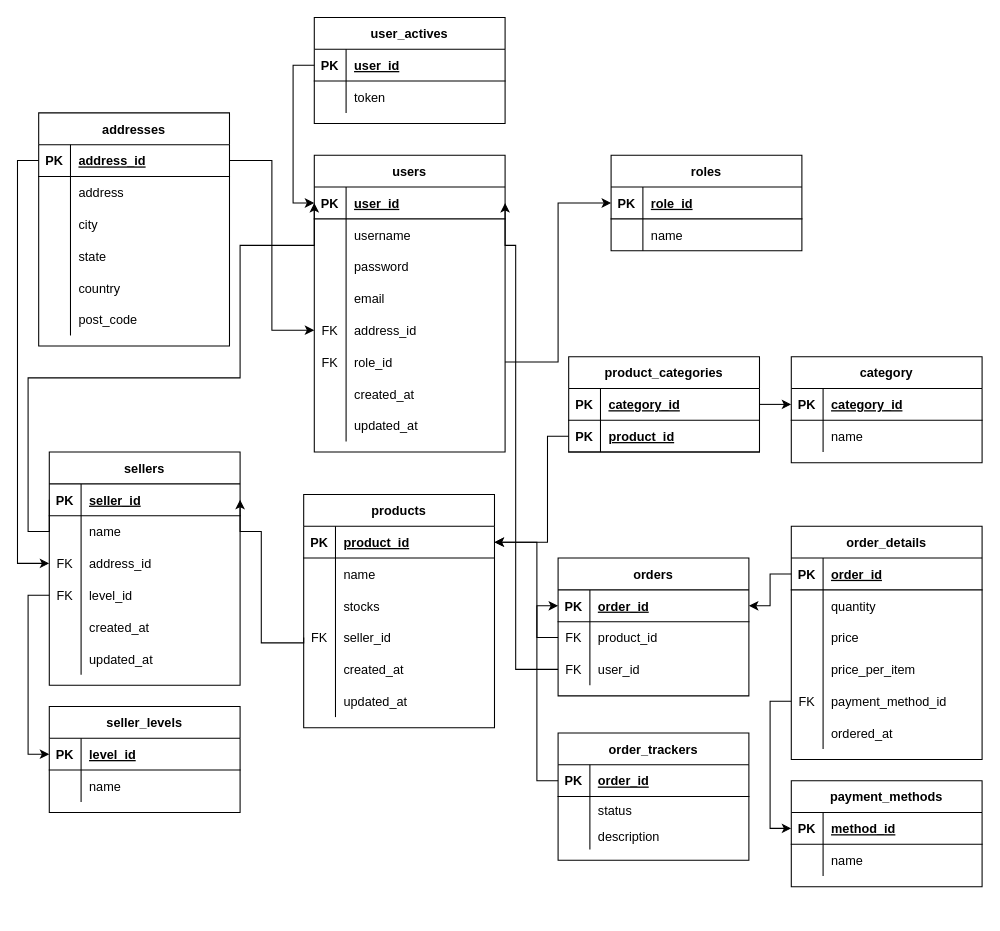
This is Database Design.drawio from bigbang-theory/saturnus, a draw.io file, before an edit. Source tidied: cells renumbered, new cells numbered last; positions are measured from the earlier drawing's top-left corner, leaving out a move shared by most shapes. Both pictures are drawn from the tidied source at 106%, with x=0, y=0 at pixel (28, 17).
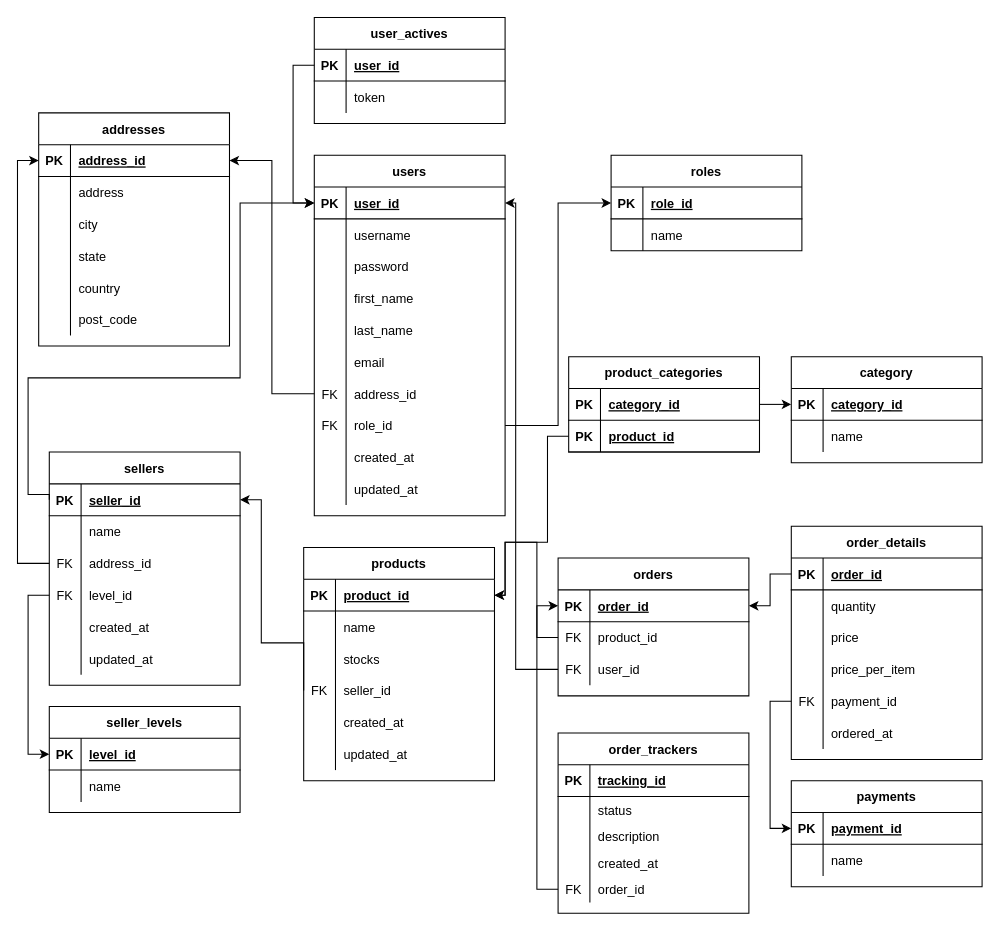
The same diagram, later.

Commit message:
Update Database Design

The change refers to these unchanged cells:
```xml
<mxCell id="10" style="shape=partialRectangle;fillColor=none;top=0;left=0;bottom=1;right=0;points=[[0,0.5],[1,0.5]];portConstraint=eastwest;" parent="9" vertex="1">
  <mxGeometry y="30" width="180" height="30" as="geometry" />
</mxCell>
<mxCell id="36" style="shape=partialRectangle;fillColor=none;top=0;left=0;bottom=1;right=0;points=[[0,0.5],[1,0.5]];portConstraint=eastwest;" parent="35" vertex="1">
  <mxGeometry y="30" width="180" height="30" as="geometry" />
</mxCell>
<mxCell id="42" style="shape=partialRectangle;fillColor=none;top=0;left=0;bottom=0;right=0;points=[[0,0.5],[1,0.5]];portConstraint=eastwest;" parent="35" vertex="1">
  <mxGeometry y="90" width="180" height="30" as="geometry" />
</mxCell>
<mxCell id="55" style="shape=partialRectangle;fillColor=none;top=0;left=0;bottom=1;right=0;points=[[0,0.5],[1,0.5]];portConstraint=eastwest;" parent="54" vertex="1">
  <mxGeometry y="30" width="180" height="30" as="geometry" />
</mxCell>
<mxCell id="84" style="shape=partialRectangle;fillColor=none;top=0;left=0;bottom=1;right=0;points=[[0,0.5],[1,0.5]];portConstraint=eastwest;" parent="83" vertex="1">
  <mxGeometry y="30" width="180" height="30" as="geometry" />
</mxCell>
<mxCell id="93" style="shape=partialRectangle;fillColor=none;top=0;left=0;bottom=0;right=0;points=[[0,0.5],[1,0.5]];portConstraint=eastwest;" parent="83" vertex="1">
  <mxGeometry y="120" width="180" height="30" as="geometry" />
</mxCell>
<mxCell id="113" style="shape=partialRectangle;fillColor=none;top=0;left=0;bottom=1;right=0;points=[[0,0.5],[1,0.5]];portConstraint=eastwest;" parent="109" vertex="1">
  <mxGeometry y="60" width="180" height="30" as="geometry" />
</mxCell>
<mxCell id="121" style="shape=partialRectangle;fillColor=none;top=0;left=0;bottom=1;right=0;points=[[0,0.5],[1,0.5]];portConstraint=eastwest;" parent="120" vertex="1">
  <mxGeometry y="30" width="180" height="30" as="geometry" />
</mxCell>
<mxCell id="124" style="shape=partialRectangle;fillColor=none;top=0;left=0;bottom=0;right=0;points=[[0,0.5],[1,0.5]];portConstraint=eastwest;" parent="120" vertex="1">
  <mxGeometry y="60" width="180" height="30" as="geometry" />
</mxCell>
<mxCell id="127" style="shape=partialRectangle;fillColor=none;top=0;left=0;bottom=0;right=0;points=[[0,0.5],[1,0.5]];portConstraint=eastwest;" parent="120" vertex="1">
  <mxGeometry y="90" width="180" height="30" as="geometry" />
</mxCell>
<mxCell id="145" style="shape=partialRectangle;fillColor=none;top=0;left=0;bottom=0;right=0;points=[[0,0.5],[1,0.5]];portConstraint=eastwest;" parent="132" vertex="1">
  <mxGeometry y="150" width="180" height="30" as="geometry" />
</mxCell>
<mxCell id="153" style="shape=partialRectangle;fillColor=none;top=0;left=0;bottom=1;right=0;points=[[0,0.5],[1,0.5]];portConstraint=eastwest;" parent="152" vertex="1">
  <mxGeometry y="30" width="180" height="30" as="geometry" />
</mxCell>
<mxCell id="169" style="shape=partialRectangle;fillColor=none;top=0;left=0;bottom=1;right=0;points=[[0,0.5],[1,0.5]];portConstraint=eastwest;" parent="168" vertex="1">
  <mxGeometry y="30" width="180" height="30" as="geometry" />
</mxCell>
```

The edit, as a diff of the source:
```diff
@@
     <mxCell id="9" value="users" style="shape=table;startSize=30;childLayout=tableLayout;rowLines=0;fontStyle=1;align=center;" parent="1" vertex="1">
-      <mxGeometry x="270" y="130" width="180" height="280" as="geometry" />
+      <mxGeometry x="270" y="130" width="180" height="340" as="geometry" />
     </mxCell>
@@
+    <mxCell id="179" style="shape=partialRectangle;fillColor=none;top=0;left=0;bottom=0;right=0;" parent="9" vertex="1">
+      <mxGeometry y="120" width="180" height="30" as="geometry" />
+    </mxCell>
+    <mxCell id="180" style="shape=partialRectangle;fillColor=none;top=0;left=0;bottom=0;right=0;overflow=hidden;" parent="179" vertex="1">
+      <mxGeometry width="30" height="30" as="geometry" />
+    </mxCell>
+    <mxCell id="181" value="first_name" style="shape=partialRectangle;fillColor=none;top=0;left=0;bottom=0;right=0;align=left;spacingLeft=6;overflow=hidden;" parent="179" vertex="1">
+      <mxGeometry x="30" width="150" height="30" as="geometry" />
+    </mxCell>
+    <mxCell id="182" style="shape=partialRectangle;fillColor=none;top=0;left=0;bottom=0;right=0;" parent="9" vertex="1">
+      <mxGeometry y="150" width="180" height="30" as="geometry" />
+    </mxCell>
+    <mxCell id="183" style="shape=partialRectangle;fillColor=none;top=0;left=0;bottom=0;right=0;overflow=hidden;" parent="182" vertex="1">
+      <mxGeometry width="30" height="30" as="geometry" />
+    </mxCell>
+    <mxCell id="184" value="last_name" style="shape=partialRectangle;fillColor=none;top=0;left=0;bottom=0;right=0;align=left;spacingLeft=6;overflow=hidden;" parent="182" vertex="1">
+      <mxGeometry x="30" width="150" height="30" as="geometry" />
+    </mxCell>
     <mxCell id="19" style="shape=partialRectangle;fillColor=none;top=0;left=0;bottom=0;right=0;" parent="9" vertex="1">
-      <mxGeometry y="120" width="180" height="30" as="geometry" />
+      <mxGeometry y="180" width="180" height="30" as="geometry" />
     </mxCell>
@@
     <mxCell id="22" style="shape=partialRectangle;fillColor=none;top=0;left=0;bottom=0;right=0;points=[[0,0.5],[1,0.5]];portConstraint=eastwest;" parent="9" vertex="1">
-      <mxGeometry y="150" width="180" height="30" as="geometry" />
+      <mxGeometry y="210" width="180" height="30" as="geometry" />
     </mxCell>
@@
     <mxCell id="25" style="shape=partialRectangle;fillColor=none;top=0;left=0;bottom=0;right=0;points=[[0,0.5],[1,0.5]];portConstraint=eastwest;" parent="9" vertex="1">
-      <mxGeometry y="180" width="180" height="30" as="geometry" />
+      <mxGeometry y="240" width="180" height="30" as="geometry" />
     </mxCell>
@@
     <mxCell id="28" style="shape=partialRectangle;fillColor=none;top=0;left=0;bottom=0;right=0;" parent="9" vertex="1">
-      <mxGeometry y="210" width="180" height="30" as="geometry" />
+      <mxGeometry y="270" width="180" height="30" as="geometry" />
     </mxCell>
@@
     <mxCell id="31" style="shape=partialRectangle;fillColor=none;top=0;left=0;bottom=0;right=0;" parent="9" vertex="1">
-      <mxGeometry y="240" width="180" height="30" as="geometry" />
+      <mxGeometry y="300" width="180" height="30" as="geometry" />
     </mxCell>
@@
-    <mxCell id="73" style="edgeStyle=orthogonalEdgeStyle;rounded=0;jettySize=auto;html=1;exitX=1;exitY=0.5;exitDx=0;exitDy=0;entryX=0;entryY=0.5;entryDx=0;entryDy=0;" parent="1" edge="1" source="55" target="22">
-      <mxGeometry relative="1" as="geometry" />
-    </mxCell>
-    <mxCell id="74" style="edgeStyle=orthogonalEdgeStyle;rounded=0;jettySize=auto;html=1;exitX=0;exitY=0.5;exitDx=0;exitDy=0;entryX=0;entryY=0.5;entryDx=0;entryDy=0;" parent="1" edge="1" source="55" target="42">
-      <mxGeometry relative="1" as="geometry" />
-    </mxCell>
@@
     <mxCell id="82" style="edgeStyle=orthogonalEdgeStyle;rounded=0;jettySize=auto;html=1;exitX=0;exitY=0.5;exitDx=0;exitDy=0;entryX=0;entryY=0.5;entryDx=0;entryDy=0;" parent="1" edge="1" source="36" target="10">
       <mxGeometry relative="1" as="geometry">
         <Array as="points">
-          <mxPoint y="485" />
+          <mxPoint x="20" y="450" />
+          <mxPoint y="450" />
           <mxPoint y="340" />
           <mxPoint x="200" y="340" />
-          <mxPoint x="200" y="215" />
+          <mxPoint x="200" y="175" />
         </Array>
       </mxGeometry>
     </mxCell>
     <mxCell id="83" value="products" style="shape=table;startSize=30;childLayout=tableLayout;rowLines=0;fontStyle=1;align=center;" parent="1" vertex="1">
-      <mxGeometry x="260" y="450" width="180" height="220" as="geometry" />
+      <mxGeometry x="260" y="500" width="180" height="220" as="geometry" />
     </mxCell>
@@
     <mxCell id="116" style="edgeStyle=orthogonalEdgeStyle;rounded=0;jettySize=auto;html=1;exitX=0;exitY=0.5;exitDx=0;exitDy=0;entryX=1;entryY=0.5;entryDx=0;entryDy=0;" parent="1" edge="1" source="113" target="84">
       <mxGeometry relative="1" as="geometry">
         <Array as="points">
           <mxPoint x="490" y="395" />
           <mxPoint x="490" y="495" />
+          <mxPoint x="450" y="495" />
+          <mxPoint x="450" y="545" />
         </Array>
       </mxGeometry>
     </mxCell>
@@
     <mxCell id="118" style="edgeStyle=orthogonalEdgeStyle;rounded=0;jettySize=auto;html=1;exitX=0;exitY=0.5;exitDx=0;exitDy=0;entryX=1;entryY=0.5;entryDx=0;entryDy=0;" parent="1" edge="1" source="93" target="36">
       <mxGeometry relative="1" as="geometry">
         <Array as="points">
           <mxPoint x="260" y="590" />
           <mxPoint x="220" y="590" />
-          <mxPoint x="220" y="485" />
+          <mxPoint x="220" y="455" />
         </Array>
       </mxGeometry>
     </mxCell>
@@
     <mxCell id="130" style="edgeStyle=orthogonalEdgeStyle;rounded=0;jettySize=auto;html=1;exitX=0;exitY=0.5;exitDx=0;exitDy=0;entryX=1;entryY=0.5;entryDx=0;entryDy=0;" parent="1" edge="1" source="124" target="84">
       <mxGeometry relative="1" as="geometry">
         <Array as="points">
           <mxPoint x="480" y="585" />
           <mxPoint x="480" y="495" />
+          <mxPoint x="450" y="495" />
+          <mxPoint x="450" y="545" />
         </Array>
       </mxGeometry>
     </mxCell>
     <mxCell id="131" style="edgeStyle=orthogonalEdgeStyle;rounded=0;jettySize=auto;html=1;exitX=0;exitY=0.5;exitDx=0;exitDy=0;entryX=1;entryY=0.5;entryDx=0;entryDy=0;" parent="1" edge="1" source="127" target="10">
       <mxGeometry relative="1" as="geometry">
         <Array as="points">
           <mxPoint x="460" y="615" />
-          <mxPoint x="460" y="215" />
+          <mxPoint x="460" y="175" />
         </Array>
       </mxGeometry>
     </mxCell>
@@
-    <mxCell id="147" value="payment_method_id" style="shape=partialRectangle;fillColor=none;top=0;left=0;bottom=0;right=0;align=left;spacingLeft=6;overflow=hidden;" parent="145" vertex="1">
+    <mxCell id="147" value="payment_id" style="shape=partialRectangle;fillColor=none;top=0;left=0;bottom=0;right=0;align=left;spacingLeft=6;overflow=hidden;" parent="145" vertex="1">
       <mxGeometry x="30" width="150" height="30" as="geometry" />
     </mxCell>
@@
-    <mxCell id="152" value="payment_methods" style="shape=table;startSize=30;childLayout=tableLayout;rowLines=0;fontStyle=1;align=center;" parent="1" vertex="1">
+    <mxCell id="152" value="payments" style="shape=table;startSize=30;childLayout=tableLayout;rowLines=0;fontStyle=1;align=center;" parent="1" vertex="1">
       <mxGeometry x="720" y="720" width="180" height="100" as="geometry" />
     </mxCell>
@@
-    <mxCell id="155" value="method_id" style="shape=partialRectangle;fillColor=none;top=0;left=0;bottom=0;right=0;align=left;spacingLeft=6;fontStyle=5;overflow=hidden;" parent="153" vertex="1">
+    <mxCell id="155" value="payment_id" style="shape=partialRectangle;fillColor=none;top=0;left=0;bottom=0;right=0;align=left;spacingLeft=6;fontStyle=5;overflow=hidden;" parent="153" vertex="1">
       <mxGeometry x="30" width="150" height="30" as="geometry" />
     </mxCell>
@@
     <mxCell id="168" value="order_trackers" style="shape=table;startSize=30;childLayout=tableLayout;rowLines=0;fontStyle=1;align=center;" parent="1" vertex="1">
-      <mxGeometry x="500" y="675" width="180" height="120" as="geometry" />
+      <mxGeometry x="500" y="675" width="180" height="170" as="geometry" />
     </mxCell>
@@
-    <mxCell id="171" value="order_id" style="shape=partialRectangle;fillColor=none;top=0;left=0;bottom=0;right=0;align=left;spacingLeft=6;fontStyle=5;overflow=hidden;" parent="169" vertex="1">
+    <mxCell id="171" value="tracking_id" style="shape=partialRectangle;fillColor=none;top=0;left=0;bottom=0;right=0;align=left;spacingLeft=6;fontStyle=5;overflow=hidden;" parent="169" vertex="1">
       <mxGeometry x="30" width="150" height="30" as="geometry" />
     </mxCell>
@@
-    <mxCell id="178" style="edgeStyle=orthogonalEdgeStyle;rounded=0;jettySize=auto;html=1;exitX=0;exitY=0.5;exitDx=0;exitDy=0;entryX=0;entryY=0.5;entryDx=0;entryDy=0;" parent="1" edge="1" source="169" target="121">
-      <mxGeometry relative="1" as="geometry" />
-    </mxCell>
+    <mxCell id="185" style="shape=partialRectangle;fillColor=none;top=0;left=0;bottom=0;right=0;" parent="168" vertex="1">
+      <mxGeometry y="110" width="180" height="25" as="geometry" />
+    </mxCell>
+    <mxCell id="186" style="shape=partialRectangle;fillColor=none;top=0;left=0;bottom=0;right=0;overflow=hidden;" parent="185" vertex="1">
+      <mxGeometry width="30" height="25" as="geometry" />
+    </mxCell>
+    <mxCell id="187" value="created_at" style="shape=partialRectangle;fillColor=none;top=0;left=0;bottom=0;right=0;align=left;spacingLeft=6;overflow=hidden;" parent="185" vertex="1">
+      <mxGeometry x="30" width="150" height="25" as="geometry" />
+    </mxCell>
+    <mxCell id="188" style="shape=partialRectangle;fillColor=none;top=0;left=0;bottom=0;right=0;points=[[0,0.5],[1,0.5]];portConstraint=eastwest;" parent="168" vertex="1">
+      <mxGeometry y="135" width="180" height="25" as="geometry" />
+    </mxCell>
+    <mxCell id="189" value="FK" style="shape=partialRectangle;fillColor=none;top=0;left=0;bottom=0;right=0;overflow=hidden;" parent="188" vertex="1">
+      <mxGeometry width="30" height="25" as="geometry" />
+    </mxCell>
+    <mxCell id="190" value="order_id" style="shape=partialRectangle;fillColor=none;top=0;left=0;bottom=0;right=0;align=left;spacingLeft=6;overflow=hidden;" parent="188" vertex="1">
+      <mxGeometry x="30" width="150" height="25" as="geometry" />
+    </mxCell>
+    <mxCell id="191" style="edgeStyle=orthogonalEdgeStyle;rounded=0;jettySize=auto;html=1;exitX=0;exitY=0.5;exitDx=0;exitDy=0;entryX=0;entryY=0.5;entryDx=0;entryDy=0;" parent="1" edge="1" source="188" target="121">
+      <mxGeometry relative="1" as="geometry" />
+    </mxCell>
+    <mxCell id="192" style="edgeStyle=orthogonalEdgeStyle;rounded=0;jettySize=auto;html=1;exitX=0;exitY=0.5;exitDx=0;exitDy=0;entryX=0;entryY=0.5;entryDx=0;entryDy=0;" parent="1" edge="1" source="42" target="55">
+      <mxGeometry relative="1" as="geometry" />
+    </mxCell>
+    <mxCell id="193" style="edgeStyle=orthogonalEdgeStyle;rounded=0;jettySize=auto;html=1;exitX=0;exitY=0.5;exitDx=0;exitDy=0;entryX=1;entryY=0.5;entryDx=0;entryDy=0;" parent="1" edge="1" source="22" target="55">
+      <mxGeometry relative="1" as="geometry" />
+    </mxCell>
```
